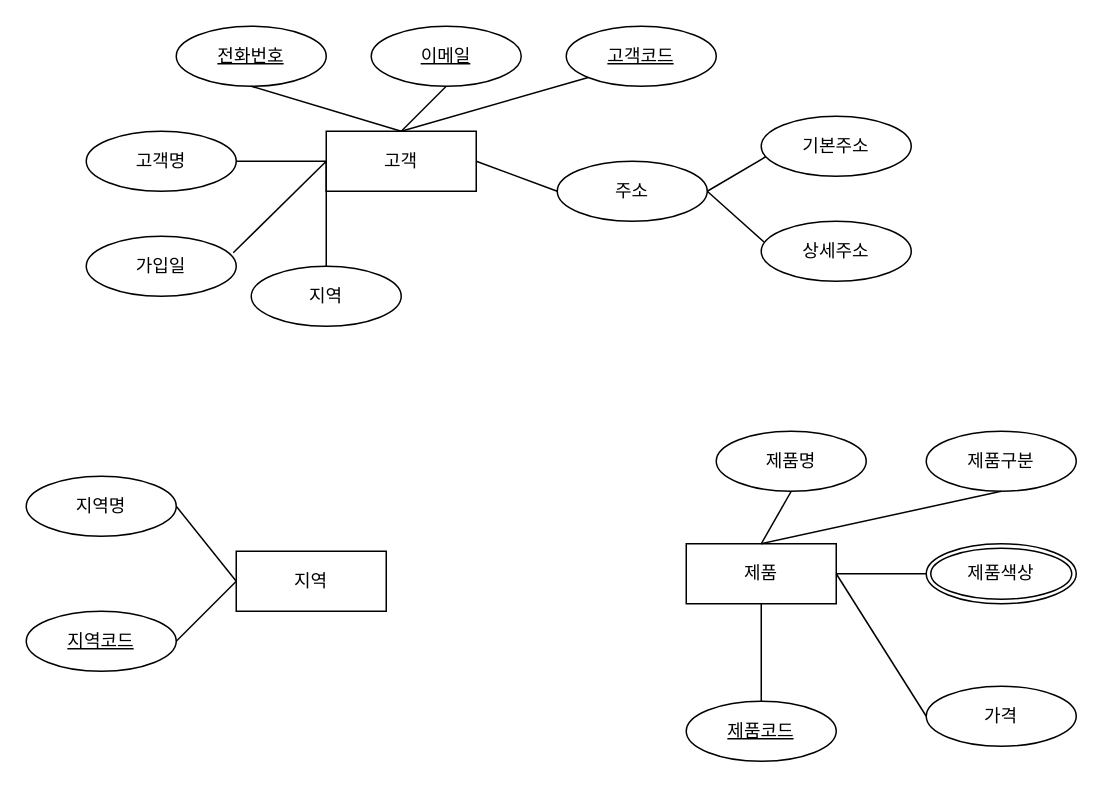
The draw.io diagram 제목 없는 다이어그램.drawio in Hyeon-wooPark/erd, before the edit. Source tidied: cells renumbered, new cells numbered last; positions are measured from the earlier drawing's top-left corner, leaving out a move shared by most shapes. Both pictures are drawn from the tidied source at 150%, with x=0, y=0 at pixel (26, 26).
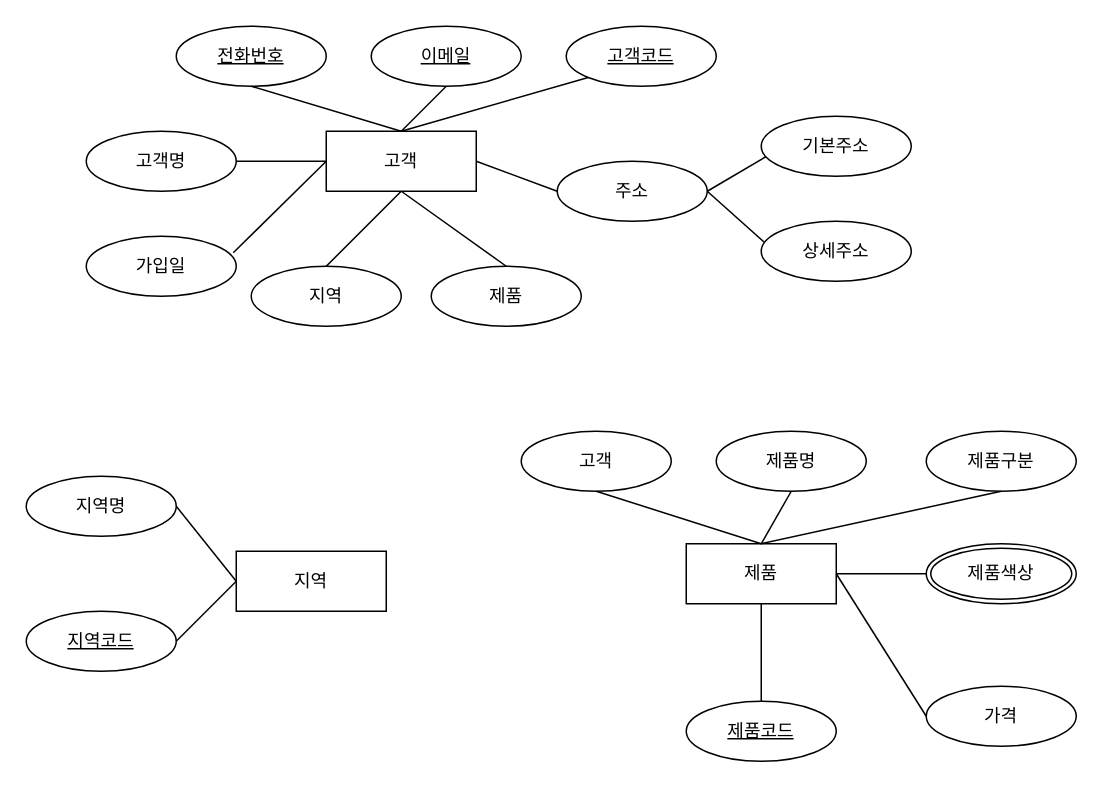
The same page after the edit.

The change refers to these unchanged cells:
```xml
<mxCell id="2" value="고객" style="whiteSpace=wrap;html=1;align=center;" parent="1" vertex="1">
  <mxGeometry x="200" y="70" width="100" height="40" as="geometry" />
</mxCell>
<mxCell id="11" value="지역" style="ellipse;whiteSpace=wrap;html=1;align=center;" parent="1" vertex="1">
  <mxGeometry x="150" y="160" width="100" height="40" as="geometry" />
</mxCell>
<mxCell id="26" value="제품" style="whiteSpace=wrap;html=1;align=center;" parent="1" vertex="1">
  <mxGeometry x="440" y="345" width="100" height="40" as="geometry" />
</mxCell>
```

Diff of the diagram source:
```diff
@@
-    <mxCell id="14" style="endArrow=none;html=1;rounded=0;exitX=0;exitY=0.5;exitDx=0;exitDy=0;entryX=0.5;entryY=0;entryDx=0;entryDy=0;" parent="1" edge="1" source="2" target="11">
+    <mxCell id="14" style="endArrow=none;html=1;rounded=0;exitX=0.5;exitY=1;exitDx=0;exitDy=0;entryX=0.5;entryY=0;entryDx=0;entryDy=0;" parent="1" edge="1" source="2" target="11">
       <mxGeometry relative="1" as="geometry" />
     </mxCell>
@@
+    <mxCell id="37" value="제품" style="ellipse;whiteSpace=wrap;html=1;align=center;" parent="1" vertex="1">
+      <mxGeometry x="270" y="160" width="100" height="40" as="geometry" />
+    </mxCell>
+    <mxCell id="38" style="endArrow=none;html=1;rounded=0;exitX=0.5;exitY=1;exitDx=0;exitDy=0;entryX=0.5;entryY=0;entryDx=0;entryDy=0;" parent="1" edge="1" source="2" target="37">
+      <mxGeometry relative="1" as="geometry" />
+    </mxCell>
+    <mxCell id="39" value="고객" style="ellipse;whiteSpace=wrap;html=1;align=center;" parent="1" vertex="1">
+      <mxGeometry x="330" y="270" width="100" height="40" as="geometry" />
+    </mxCell>
+    <mxCell id="40" style="endArrow=none;html=1;rounded=0;exitX=0.5;exitY=1;exitDx=0;exitDy=0;entryX=0.5;entryY=0;entryDx=0;entryDy=0;" parent="1" edge="1" source="39" target="26">
+      <mxGeometry relative="1" as="geometry" />
+    </mxCell>
```
